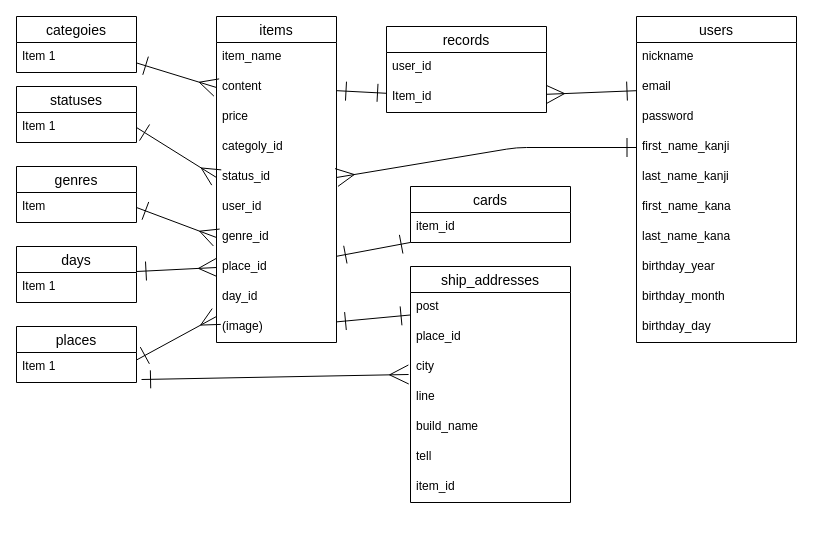
The draw.io diagram test.dio in nogusan/furima-38428, before the edit. Source tidied: cells renumbered, new cells numbered last; positions are measured from the earlier drawing's top-left corner, leaving out a move shared by most shapes. Both pictures are drawn from the tidied source at 100%, with x=0, y=0 at pixel (16, 16).
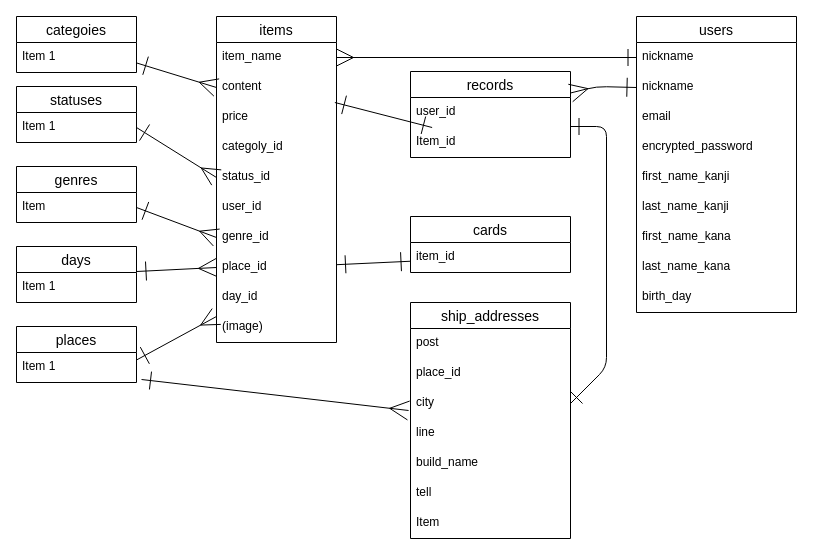
Above is the later version.

The change refers to these unchanged cells:
```xml
<mxCell id="3" value="item_name" style="text;strokeColor=none;fillColor=none;spacingLeft=4;spacingRight=4;overflow=hidden;points=[[0,0.5],[1,0.5]];portConstraint=eastwest;fontSize=12;" parent="2" vertex="1">
  <mxGeometry y="26" width="120" height="30" as="geometry" />
</mxCell>
<mxCell id="7" value="status_id" style="text;strokeColor=none;fillColor=none;spacingLeft=4;spacingRight=4;overflow=hidden;points=[[0,0.5],[1,0.5]];portConstraint=eastwest;fontSize=12;" parent="2" vertex="1">
  <mxGeometry y="146" width="120" height="30" as="geometry" />
</mxCell>
<mxCell id="12" value="(image)" style="text;strokeColor=none;fillColor=none;spacingLeft=4;spacingRight=4;overflow=hidden;points=[[0,0.5],[1,0.5]];portConstraint=eastwest;fontSize=12;" parent="2" vertex="1">
  <mxGeometry y="296" width="120" height="30" as="geometry" />
</mxCell>
<mxCell id="25" value="post" style="text;strokeColor=none;fillColor=none;spacingLeft=4;spacingRight=4;overflow=hidden;points=[[0,0.5],[1,0.5]];portConstraint=eastwest;fontSize=12;" parent="24" vertex="1">
  <mxGeometry y="26" width="160" height="30" as="geometry" />
</mxCell>
<mxCell id="27" value="city" style="text;strokeColor=none;fillColor=none;spacingLeft=4;spacingRight=4;overflow=hidden;points=[[0,0.5],[1,0.5]];portConstraint=eastwest;fontSize=12;" parent="24" vertex="1">
  <mxGeometry y="86" width="160" height="30" as="geometry" />
</mxCell>
<mxCell id="50" value="Item_id" style="text;strokeColor=none;fillColor=none;spacingLeft=4;spacingRight=4;overflow=hidden;points=[[0,0.5],[1,0.5]];portConstraint=eastwest;fontSize=12;" parent="48" vertex="1">
  <mxGeometry y="56" width="160" height="30" as="geometry" />
</mxCell>
```

Diff of the diagram source:
```diff
@@
     <mxCell id="13" value="users" style="swimlane;fontStyle=0;horizontal=1;startSize=26;align=center;fontSize=14;" parent="1" vertex="1">
-      <mxGeometry x="620" width="160" height="326" as="geometry" />
+      <mxGeometry x="620" width="160" height="296" as="geometry" />
     </mxCell>
+    <mxCell id="58" value="nickname" style="text;strokeColor=none;fillColor=none;spacingLeft=4;spacingRight=4;overflow=hidden;points=[[0,0.5],[1,0.5]];portConstraint=eastwest;fontSize=12;" parent="13" vertex="1">
+      <mxGeometry y="26" width="160" height="30" as="geometry" />
+    </mxCell>
     <mxCell id="14" value="nickname" style="text;strokeColor=none;fillColor=none;spacingLeft=4;spacingRight=4;overflow=hidden;points=[[0,0.5],[1,0.5]];portConstraint=eastwest;fontSize=12;" parent="13" vertex="1">
-      <mxGeometry y="26" width="160" height="30" as="geometry" />
+      <mxGeometry y="56" width="160" height="30" as="geometry" />
     </mxCell>
     <mxCell id="15" value="email" style="text;strokeColor=none;fillColor=none;spacingLeft=4;spacingRight=4;overflow=hidden;points=[[0,0.5],[1,0.5]];portConstraint=eastwest;fontSize=12;" parent="13" vertex="1">
-      <mxGeometry y="56" width="160" height="30" as="geometry" />
+      <mxGeometry y="86" width="160" height="30" as="geometry" />
     </mxCell>
-    <mxCell id="16" value="password" style="text;strokeColor=none;fillColor=none;spacingLeft=4;spacingRight=4;overflow=hidden;fontSize=12;" parent="13" vertex="1">
-      <mxGeometry y="86" width="160" height="30" as="geometry" />
+    <mxCell id="16" value="encrypted_password" style="text;strokeColor=none;fillColor=none;spacingLeft=4;spacingRight=4;overflow=hidden;fontSize=12;" parent="13" vertex="1">
+      <mxGeometry y="116" width="160" height="30" as="geometry" />
     </mxCell>
     <mxCell id="17" value="first_name_kanji" style="text;strokeColor=none;fillColor=none;spacingLeft=4;spacingRight=4;overflow=hidden;points=[[0,0.5],[1,0.5]];portConstraint=eastwest;fontSize=12;" parent="13" vertex="1">
-      <mxGeometry y="116" width="160" height="30" as="geometry" />
+      <mxGeometry y="146" width="160" height="30" as="geometry" />
     </mxCell>
     <mxCell id="18" value="last_name_kanji" style="text;strokeColor=none;fillColor=none;spacingLeft=4;spacingRight=4;overflow=hidden;fontSize=12;" parent="13" vertex="1">
-      <mxGeometry y="146" width="160" height="30" as="geometry" />
+      <mxGeometry y="176" width="160" height="30" as="geometry" />
     </mxCell>
     <mxCell id="19" value="first_name_kana" style="text;strokeColor=none;fillColor=none;spacingLeft=4;spacingRight=4;overflow=hidden;fontSize=12;" parent="13" vertex="1">
-      <mxGeometry y="176" width="160" height="30" as="geometry" />
+      <mxGeometry y="206" width="160" height="30" as="geometry" />
     </mxCell>
     <mxCell id="20" value="last_name_kana" style="text;strokeColor=none;fillColor=none;spacingLeft=4;spacingRight=4;overflow=hidden;fontSize=12;" parent="13" vertex="1">
-      <mxGeometry y="206" width="160" height="30" as="geometry" />
+      <mxGeometry y="236" width="160" height="30" as="geometry" />
     </mxCell>
-    <mxCell id="21" value="birthday_year" style="text;strokeColor=none;fillColor=none;spacingLeft=4;spacingRight=4;overflow=hidden;fontSize=12;" parent="13" vertex="1">
-      <mxGeometry y="236" width="160" height="30" as="geometry" />
+    <mxCell id="21" value="birth_day" style="text;strokeColor=none;fillColor=none;spacingLeft=4;spacingRight=4;overflow=hidden;fontSize=12;" parent="13" vertex="1">
+      <mxGeometry y="266" width="160" height="30" as="geometry" />
     </mxCell>
-    <mxCell id="22" value="birthday_month" style="text;strokeColor=none;fillColor=none;spacingLeft=4;spacingRight=4;overflow=hidden;fontSize=12;" parent="13" vertex="1">
-      <mxGeometry y="266" width="160" height="30" as="geometry" />
-    </mxCell>
-    <mxCell id="23" value="birthday_day" style="text;strokeColor=none;fillColor=none;spacingLeft=4;spacingRight=4;overflow=hidden;fontSize=12;" parent="13" vertex="1">
-      <mxGeometry y="296" width="160" height="30" as="geometry" />
-    </mxCell>
+    <mxCell id="59" style="edgeStyle=none;html=1;entryX=1;entryY=-0.033;entryDx=0;entryDy=0;entryPerimeter=0;startArrow=ERone;startFill=0;endArrow=ERone;endFill=0;startSize=15;endSize=15;exitX=1;exitY=0.5;exitDx=0;exitDy=0;" parent="1" edge="1" source="27" target="50">
+      <mxGeometry relative="1" as="geometry">
+        <Array as="points">
+          <mxPoint x="590" y="351" />
+          <mxPoint x="590" y="110" />
+        </Array>
+      </mxGeometry>
+    </mxCell>
     <mxCell id="24" value="ship_addresses" style="swimlane;fontStyle=0;horizontal=1;startSize=26;align=center;fontSize=14;" parent="1" vertex="1">
-      <mxGeometry x="394" y="250" width="160" height="236" as="geometry" />
+      <mxGeometry x="394" y="286" width="160" height="236" as="geometry" />
     </mxCell>
@@
-    <mxCell id="31" value="item_id" style="text;strokeColor=none;fillColor=none;spacingLeft=4;spacingRight=4;overflow=hidden;fontSize=12;" parent="24" vertex="1">
-      <mxGeometry y="206" width="160" height="30" as="geometry" />
-    </mxCell>
-    <mxCell id="32" style="edgeStyle=none;html=1;exitX=0;exitY=0.5;exitDx=0;exitDy=0;entryX=1;entryY=0.5;entryDx=0;entryDy=0;startArrow=ERone;startFill=0;endSize=16;startSize=17;endArrow=ERmany;endFill=0;" parent="1" edge="1" source="17" target="7">
-      <mxGeometry relative="1" as="geometry">
-        <Array as="points">
-          <mxPoint x="500" y="131" />
-        </Array>
-      </mxGeometry>
-    </mxCell>
+    <mxCell id="60" value="Item" style="text;strokeColor=none;fillColor=none;spacingLeft=4;spacingRight=4;overflow=hidden;fontSize=12;" parent="24" vertex="1">
+      <mxGeometry y="206" width="160" height="30" as="geometry" />
+    </mxCell>
@@
     <mxCell id="48" value="records" style="swimlane;fontStyle=0;horizontal=1;startSize=26;align=center;fontSize=14;" parent="1" vertex="1">
-      <mxGeometry x="370" y="10" width="160" height="86" as="geometry" />
+      <mxGeometry x="394" y="55" width="160" height="86" as="geometry" />
     </mxCell>
@@
     <mxCell id="52" value="cards" style="swimlane;fontStyle=0;horizontal=1;startSize=26;align=center;fontSize=14;" parent="1" vertex="1">
-      <mxGeometry x="394" y="170" width="160" height="56" as="geometry" />
+      <mxGeometry x="394" y="200" width="160" height="56" as="geometry" />
     </mxCell>
@@
-    <mxCell id="54" style="edgeStyle=none;html=1;startArrow=ERone;startFill=0;endArrow=ERmany;endFill=0;startSize=17;endSize=16;" parent="1" edge="1" source="15" target="50">
-      <mxGeometry relative="1" as="geometry" />
+    <mxCell id="54" style="edgeStyle=none;html=1;startArrow=ERone;startFill=0;endArrow=ERmany;endFill=0;startSize=17;endSize=16;exitX=0;exitY=0.5;exitDx=0;exitDy=0;entryX=1;entryY=0.25;entryDx=0;entryDy=0;" parent="1" edge="1" source="14" target="48">
+      <mxGeometry relative="1" as="geometry">
+        <Array as="points">
+          <mxPoint x="580" y="70" />
+        </Array>
+      </mxGeometry>
     </mxCell>
@@
-    <mxCell id="57" style="edgeStyle=none;html=1;startArrow=ERone;startFill=0;endArrow=ERone;endFill=0;startSize=17;endSize=16;" parent="1" edge="1" source="25" target="12">
-      <mxGeometry relative="1" as="geometry" />
-    </mxCell>
+    <mxCell id="61" style="edgeStyle=none;html=1;exitX=0;exitY=0.5;exitDx=0;exitDy=0;entryX=1;entryY=0.5;entryDx=0;entryDy=0;startArrow=ERone;startFill=0;endSize=15;startSize=15;endArrow=ERmany;endFill=0;" parent="1" edge="1" source="58" target="3">
+      <mxGeometry relative="1" as="geometry" />
+    </mxCell>
```
